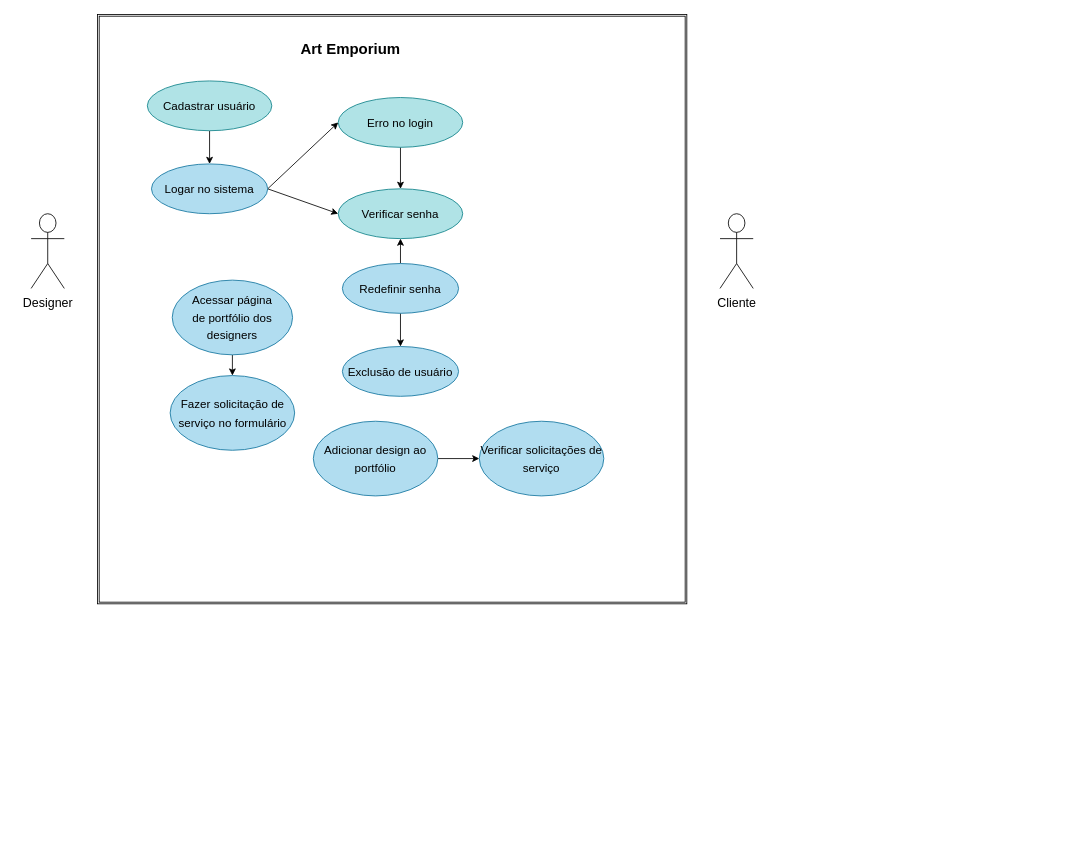
Earlier version of the draw.io diagram Docs/caso _de_uso.drawio (Clara-ang/Art_Emporium2). Source tidied: cells renumbered, new cells numbered last; positions are measured from the earlier drawing's top-left corner, leaving out a move shared by most shapes. Both pictures are drawn from the tidied source at 83%, with x=0, y=0 at pixel (31, 14).
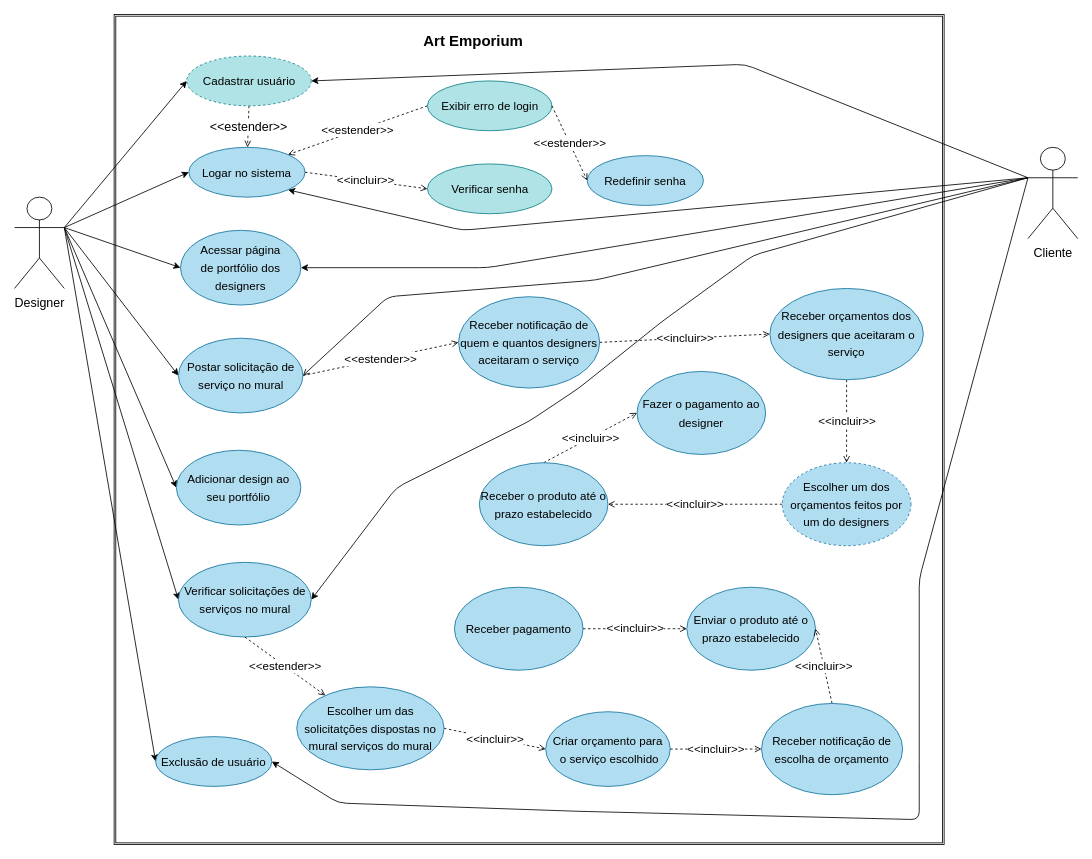
The same diagram, later.

Change to the diagram source:
```diff
@@
     <mxCell id="2" style="shape=ext;double=1;whiteSpace=wrap;html=1;" parent="1" vertex="1">
-      <mxGeometry x="80" width="710" height="710" as="geometry" />
+      <mxGeometry x="100" width="1000" height="1000" as="geometry" />
     </mxCell>
     <mxCell id="3" value="&lt;h1&gt;&lt;font style=&quot;font-size: 18px&quot;&gt;Art Emporium&lt;/font&gt;&lt;/h1&gt;" style="text;html=1;strokeColor=none;fillColor=none;spacing=5;spacingTop=-20;whiteSpace=wrap;overflow=hidden;rounded=0;align=center;" parent="1" vertex="1">
-      <mxGeometry x="290" y="20" width="190" height="50" as="geometry" />
+      <mxGeometry x="437.5" y="10" width="190" height="50" as="geometry" />
     </mxCell>
+    <mxCell id="24" style="edgeStyle=none;html=1;exitX=0;exitY=0.3333333333333333;exitDx=0;exitDy=0;exitPerimeter=0;entryX=1;entryY=1;entryDx=0;entryDy=0;fontSize=14;" parent="1" edge="1" source="4" target="7">
+      <mxGeometry relative="1" as="geometry">
+        <Array as="points">
+          <mxPoint x="520" y="260" />
+        </Array>
+      </mxGeometry>
+    </mxCell>
+    <mxCell id="25" style="edgeStyle=none;html=1;exitX=0;exitY=0.3333333333333333;exitDx=0;exitDy=0;exitPerimeter=0;entryX=1;entryY=0.5;entryDx=0;entryDy=0;fontSize=14;" parent="1" edge="1" source="4" target="12">
+      <mxGeometry relative="1" as="geometry">
+        <Array as="points">
+          <mxPoint x="550" y="305" />
+        </Array>
+      </mxGeometry>
+    </mxCell>
+    <mxCell id="26" style="edgeStyle=none;html=1;exitX=0;exitY=0.3333333333333333;exitDx=0;exitDy=0;exitPerimeter=0;entryX=1;entryY=0.5;entryDx=0;entryDy=0;fontSize=14;endArrow=open;endFill=0;strokeWidth=1;" parent="1" edge="1" source="4" target="17">
+      <mxGeometry relative="1" as="geometry">
+        <Array as="points">
+          <mxPoint x="680" y="320" />
+          <mxPoint x="430" y="340" />
+        </Array>
+      </mxGeometry>
+    </mxCell>
+    <mxCell id="27" style="edgeStyle=none;html=1;exitX=0;exitY=0.3333333333333333;exitDx=0;exitDy=0;exitPerimeter=0;entryX=1;entryY=0.5;entryDx=0;entryDy=0;fontSize=14;endArrow=classic;endFill=1;strokeWidth=1;" parent="1" edge="1" source="4" target="23">
+      <mxGeometry relative="1" as="geometry">
+        <Array as="points">
+          <mxPoint x="870" y="290" />
+          <mxPoint x="760" y="370" />
+          <mxPoint x="660" y="450" />
+          <mxPoint x="600" y="490" />
+          <mxPoint x="440" y="570" />
+        </Array>
+      </mxGeometry>
+    </mxCell>
+    <mxCell id="28" style="edgeStyle=none;html=1;exitX=0;exitY=0.3333333333333333;exitDx=0;exitDy=0;exitPerimeter=0;entryX=1;entryY=0.5;entryDx=0;entryDy=0;fontSize=14;endArrow=classic;endFill=1;strokeWidth=1;" parent="1" edge="1" source="4" target="16">
+      <mxGeometry relative="1" as="geometry">
+        <Array as="points">
+          <mxPoint x="1070" y="680" />
+          <mxPoint x="1070" y="910" />
+          <mxPoint x="1070" y="970" />
+          <mxPoint x="660" y="960" />
+          <mxPoint x="370" y="950" />
+        </Array>
+      </mxGeometry>
+    </mxCell>
     <mxCell id="4" value="&lt;span style=&quot;font-size: 15px&quot;&gt;Cliente&lt;/span&gt;" style="shape=umlActor;verticalLabelPosition=bottom;verticalAlign=top;html=1;outlineConnect=0;fontSize=18;" parent="1" vertex="1">
-      <mxGeometry x="830" y="240" width="40" height="90" as="geometry" />
+      <mxGeometry x="1201" y="160" width="60" height="110" as="geometry" />
     </mxCell>
-    <mxCell id="5" style="edgeStyle=none;html=1;exitX=1;exitY=0.5;exitDx=0;exitDy=0;entryX=0;entryY=0.5;entryDx=0;entryDy=0;fontSize=15;fontColor=#000000;" parent="1" edge="1" source="7" target="19">
-      <mxGeometry relative="1" as="geometry" />
-    </mxCell>
-    <mxCell id="6" style="edgeStyle=none;html=1;exitX=1;exitY=0.5;exitDx=0;exitDy=0;entryX=0;entryY=0.5;entryDx=0;entryDy=0;fontSize=15;fontColor=#000000;" parent="1" edge="1" source="7" target="20">
-      <mxGeometry relative="1" as="geometry" />
-    </mxCell>
     <mxCell id="7" value="&lt;font style=&quot;font-size: 14px&quot; color=&quot;#000000&quot;&gt;Logar no sistema&lt;/font&gt;" style="ellipse;whiteSpace=wrap;html=1;fontSize=18;fillColor=#b1ddf0;strokeColor=#10739e;" parent="1" vertex="1">
-      <mxGeometry x="145" y="180" width="140" height="60" as="geometry" />
+      <mxGeometry x="190" y="160" width="140" height="60" as="geometry" />
     </mxCell>
-    <mxCell id="8" style="edgeStyle=none;html=1;exitX=0.5;exitY=1;exitDx=0;exitDy=0;fontSize=15;sourcePerimeterSpacing=0;strokeColor=default;" parent="1" edge="1" source="9" target="7">
+    <mxCell id="8" value="&amp;lt;&amp;lt;estender&amp;gt;&amp;gt;" style="edgeStyle=none;html=1;exitX=0.5;exitY=1;exitDx=0;exitDy=0;fontSize=15;sourcePerimeterSpacing=0;strokeColor=default;dashed=1;endArrow=open;endFill=0;" parent="1" edge="1" source="9" target="7">
       <mxGeometry relative="1" as="geometry" />
     </mxCell>
+    <mxCell id="29" value="&amp;lt;&amp;lt;incluir&amp;gt;&amp;gt;" style="edgeStyle=none;html=1;entryX=0;entryY=0.5;entryDx=0;entryDy=0;dashed=1;fontSize=14;strokeWidth=1;endArrow=open;endFill=0;" parent="1" edge="1" target="20">
+      <mxGeometry relative="1" as="geometry">
+        <mxPoint x="330" y="190" as="sourcePoint" />
+      </mxGeometry>
+    </mxCell>
-    <mxCell id="9" value="&lt;font color=&quot;#000000&quot; style=&quot;font-size: 14px&quot;&gt;Cadastrar usuário&lt;/font&gt;" style="ellipse;whiteSpace=wrap;html=1;fontSize=15;fillColor=#b0e3e6;strokeColor=#0e8088;" parent="1" vertex="1">
-      <mxGeometry x="140" y="80" width="150" height="60" as="geometry" />
+    <mxCell id="9" value="&lt;font color=&quot;#000000&quot; style=&quot;font-size: 14px&quot;&gt;Cadastrar usuário&lt;/font&gt;" style="ellipse;whiteSpace=wrap;html=1;fontSize=15;fillColor=#b0e3e6;strokeColor=#0e8088;dashed=1;" parent="1" vertex="1">
+      <mxGeometry x="187.5" y="50" width="150" height="60" as="geometry" />
     </mxCell>
+    <mxCell id="30" style="edgeStyle=none;html=1;exitX=1;exitY=0.3333333333333333;exitDx=0;exitDy=0;exitPerimeter=0;entryX=0;entryY=0.5;entryDx=0;entryDy=0;fontSize=14;" parent="1" edge="1" source="10" target="9">
+      <mxGeometry relative="1" as="geometry" />
+    </mxCell>
+    <mxCell id="31" style="edgeStyle=none;html=1;exitX=1;exitY=0.3333333333333333;exitDx=0;exitDy=0;exitPerimeter=0;entryX=0;entryY=0.5;entryDx=0;entryDy=0;fontSize=14;" parent="1" edge="1" source="10" target="7">
+      <mxGeometry relative="1" as="geometry" />
+    </mxCell>
+    <mxCell id="32" style="edgeStyle=none;html=1;exitX=1;exitY=0.3333333333333333;exitDx=0;exitDy=0;exitPerimeter=0;entryX=0;entryY=0.5;entryDx=0;entryDy=0;fontSize=14;" parent="1" edge="1" source="10" target="12">
+      <mxGeometry relative="1" as="geometry" />
+    </mxCell>
+    <mxCell id="33" style="edgeStyle=none;html=1;exitX=1;exitY=0.3333333333333333;exitDx=0;exitDy=0;exitPerimeter=0;entryX=0;entryY=0.5;entryDx=0;entryDy=0;fontSize=14;" parent="1" edge="1" source="10" target="17">
+      <mxGeometry relative="1" as="geometry" />
+    </mxCell>
+    <mxCell id="34" style="edgeStyle=none;html=1;exitX=1;exitY=0.3333333333333333;exitDx=0;exitDy=0;exitPerimeter=0;entryX=0;entryY=0.5;entryDx=0;entryDy=0;fontSize=14;" parent="1" edge="1" source="10" target="22">
+      <mxGeometry relative="1" as="geometry" />
+    </mxCell>
+    <mxCell id="35" style="edgeStyle=none;html=1;exitX=1;exitY=0.3333333333333333;exitDx=0;exitDy=0;exitPerimeter=0;entryX=0;entryY=0.5;entryDx=0;entryDy=0;fontSize=14;endArrow=classic;endFill=1;strokeWidth=1;" parent="1" edge="1" source="10" target="23">
+      <mxGeometry relative="1" as="geometry" />
+    </mxCell>
+    <mxCell id="36" style="edgeStyle=none;html=1;exitX=1;exitY=0.3333333333333333;exitDx=0;exitDy=0;exitPerimeter=0;entryX=0;entryY=0.5;entryDx=0;entryDy=0;fontSize=14;endArrow=classic;endFill=1;strokeWidth=1;" parent="1" edge="1" source="10" target="16">
+      <mxGeometry relative="1" as="geometry" />
+    </mxCell>
     <mxCell id="10" value="&lt;span style=&quot;font-size: 15px&quot;&gt;Designer&lt;/span&gt;" style="shape=umlActor;verticalLabelPosition=bottom;verticalAlign=top;html=1;outlineConnect=0;fontSize=18;" parent="1" vertex="1">
-      <mxGeometry y="240" width="40" height="90" as="geometry" />
+      <mxGeometry x="-20" y="220" width="60" height="110" as="geometry" />
     </mxCell>
-    <mxCell id="11" style="edgeStyle=none;html=1;fontSize=15;fontColor=#000000;" parent="1" edge="1" source="12" target="17">
-      <mxGeometry relative="1" as="geometry" />
-    </mxCell>
     <mxCell id="12" value="&lt;font color=&quot;#000000&quot; style=&quot;font-size: 14px&quot;&gt;&lt;span style=&quot;line-height: 1.2&quot;&gt;Acessar página&lt;br&gt;de portfólio dos designers&lt;/span&gt;&lt;/font&gt;" style="ellipse;whiteSpace=wrap;html=1;fontSize=18;fillColor=#b1ddf0;strokeColor=#10739e;" parent="1" vertex="1">
-      <mxGeometry x="170" y="320" width="145" height="90" as="geometry" />
+      <mxGeometry x="180" y="260" width="145" height="90" as="geometry" />
     </mxCell>
-    <mxCell id="13" style="edgeStyle=none;html=1;fontSize=15;fontColor=#000000;" parent="1" edge="1" source="15" target="16">
-      <mxGeometry relative="1" as="geometry" />
-    </mxCell>
-    <mxCell id="14" style="edgeStyle=none;html=1;fontSize=15;fontColor=#000000;" parent="1" edge="1" source="15" target="20">
-      <mxGeometry relative="1" as="geometry" />
-    </mxCell>
     <mxCell id="15" value="&lt;font color=&quot;#000000&quot; style=&quot;font-size: 14px&quot;&gt;Redefinir senha&lt;/font&gt;" style="ellipse;whiteSpace=wrap;html=1;fontSize=18;fillColor=#b1ddf0;strokeColor=#10739e;" parent="1" vertex="1">
-      <mxGeometry x="375" y="300" width="140" height="60" as="geometry" />
+      <mxGeometry x="670" y="170" width="140" height="60" as="geometry" />
     </mxCell>
     <mxCell id="16" value="&lt;font color=&quot;#000000&quot; style=&quot;font-size: 14px&quot;&gt;Exclusão de usuário&lt;/font&gt;" style="ellipse;whiteSpace=wrap;html=1;fontSize=18;fillColor=#b1ddf0;strokeColor=#10739e;" parent="1" vertex="1">
-      <mxGeometry x="375" y="400" width="140" height="60" as="geometry" />
+      <mxGeometry x="150" y="870" width="140" height="60" as="geometry" />
     </mxCell>
+    <mxCell id="37" value="&amp;lt;&amp;lt;estender&amp;gt;&amp;gt;" style="edgeStyle=none;html=1;exitX=1;exitY=0.5;exitDx=0;exitDy=0;entryX=0;entryY=0.5;entryDx=0;entryDy=0;dashed=1;fontSize=14;endArrow=open;endFill=0;strokeWidth=1;" parent="1" edge="1" source="17" target="49">
+      <mxGeometry relative="1" as="geometry" />
+    </mxCell>
-    <mxCell id="17" value="&lt;font color=&quot;#000000&quot; style=&quot;font-size: 14px&quot;&gt;Fazer solicitação de serviço no formulário&lt;/font&gt;" style="ellipse;whiteSpace=wrap;html=1;fontSize=18;fillColor=#b1ddf0;strokeColor=#10739e;" parent="1" vertex="1">
-      <mxGeometry x="167.5" y="435" width="150" height="90" as="geometry" />
+    <mxCell id="17" value="&lt;font color=&quot;#000000&quot; style=&quot;font-size: 14px&quot;&gt;Postar solicitação de serviço no mural&lt;/font&gt;" style="ellipse;whiteSpace=wrap;html=1;fontSize=18;fillColor=#b1ddf0;strokeColor=#10739e;" parent="1" vertex="1">
+      <mxGeometry x="177.5" y="390" width="150" height="90" as="geometry" />
     </mxCell>
-    <mxCell id="18" style="edgeStyle=none;html=1;fontSize=15;fontColor=#000000;" parent="1" edge="1" source="19" target="20">
-      <mxGeometry relative="1" as="geometry" />
-    </mxCell>
+    <mxCell id="38" value="&amp;lt;&amp;lt;estender&amp;gt;&amp;gt;" style="edgeStyle=none;html=1;exitX=0;exitY=0.5;exitDx=0;exitDy=0;entryX=1;entryY=0;entryDx=0;entryDy=0;dashed=1;fontSize=14;endArrow=open;endFill=0;strokeWidth=1;" parent="1" edge="1" source="19" target="7">
+      <mxGeometry relative="1" as="geometry" />
+    </mxCell>
-    <mxCell id="19" value="&lt;font color=&quot;#000000&quot; style=&quot;font-size: 14px&quot;&gt;Erro no login&lt;/font&gt;" style="ellipse;whiteSpace=wrap;html=1;fontSize=15;fillColor=#b0e3e6;strokeColor=#0e8088;" parent="1" vertex="1">
-      <mxGeometry x="370" y="100" width="150" height="60" as="geometry" />
+    <mxCell id="19" value="&lt;font color=&quot;#000000&quot; style=&quot;font-size: 14px&quot;&gt;Exibir erro de login&lt;/font&gt;" style="ellipse;whiteSpace=wrap;html=1;fontSize=15;fillColor=#b0e3e6;strokeColor=#0e8088;" parent="1" vertex="1">
+      <mxGeometry x="477.5" y="80" width="150" height="60" as="geometry" />
     </mxCell>
     <mxCell id="20" value="&lt;font color=&quot;#000000&quot; style=&quot;font-size: 14px&quot;&gt;Verificar senha&lt;/font&gt;" style="ellipse;whiteSpace=wrap;html=1;fontSize=15;fillColor=#b0e3e6;strokeColor=#0e8088;" parent="1" vertex="1">
-      <mxGeometry x="370" y="210" width="150" height="60" as="geometry" />
+      <mxGeometry x="477.5" y="180" width="150" height="60" as="geometry" />
     </mxCell>
-    <mxCell id="21" style="edgeStyle=none;html=1;fontSize=15;fontColor=#000000;" parent="1" edge="1" source="22" target="23">
-      <mxGeometry relative="1" as="geometry" />
-    </mxCell>
-    <mxCell id="22" value="&lt;font color=&quot;#000000&quot; style=&quot;font-size: 14px&quot;&gt;Adicionar design ao portfólio&lt;/font&gt;" style="ellipse;whiteSpace=wrap;html=1;fontSize=18;fillColor=#b1ddf0;strokeColor=#10739e;" parent="1" vertex="1">
-      <mxGeometry x="340" y="490" width="150" height="90" as="geometry" />
+    <mxCell id="22" value="&lt;font color=&quot;#000000&quot; style=&quot;font-size: 14px&quot;&gt;Adicionar design ao seu portfólio&lt;/font&gt;" style="ellipse;whiteSpace=wrap;html=1;fontSize=18;fillColor=#b1ddf0;strokeColor=#10739e;" parent="1" vertex="1">
+      <mxGeometry x="175" y="525" width="150" height="90" as="geometry" />
     </mxCell>
-    <mxCell id="23" value="&lt;font color=&quot;#000000&quot; style=&quot;font-size: 14px&quot;&gt;Verificar solicitações de serviço&lt;/font&gt;" style="ellipse;whiteSpace=wrap;html=1;fontSize=18;fillColor=#b1ddf0;strokeColor=#10739e;" parent="1" vertex="1">
-      <mxGeometry x="540" y="490" width="150" height="90" as="geometry" />
+    <mxCell id="23" value="&lt;font color=&quot;#000000&quot; style=&quot;font-size: 14px&quot;&gt;Verificar solicitações de serviços no mural&lt;/font&gt;" style="ellipse;whiteSpace=wrap;html=1;fontSize=18;fillColor=#b1ddf0;strokeColor=#10739e;" parent="1" vertex="1">
+      <mxGeometry x="177.5" y="660" width="160" height="90" as="geometry" />
     </mxCell>
+    <mxCell id="39" value="&lt;font color=&quot;#000000&quot;&gt;&lt;span style=&quot;font-size: 14px&quot;&gt;Criar orçamento para&lt;br&gt;&amp;nbsp;o serviço escolhido&lt;/span&gt;&lt;/font&gt;" style="ellipse;whiteSpace=wrap;html=1;fontSize=18;fillColor=#b1ddf0;strokeColor=#10739e;" parent="1" vertex="1">
+      <mxGeometry x="620" y="840" width="150" height="90" as="geometry" />
+    </mxCell>
+    <mxCell id="40" value="&amp;lt;&amp;lt;incluir&amp;gt;&amp;gt;" style="edgeStyle=none;html=1;exitX=0;exitY=0.5;exitDx=0;exitDy=0;entryX=1;entryY=0.5;entryDx=0;entryDy=0;dashed=1;fontSize=14;endArrow=open;endFill=0;strokeWidth=1;" parent="1" edge="1" source="41" target="44">
+      <mxGeometry relative="1" as="geometry" />
+    </mxCell>
+    <mxCell id="41" value="&lt;font color=&quot;#000000&quot;&gt;&lt;span style=&quot;font-size: 14px&quot;&gt;Escolher um dos orçamentos feitos por um do designers&lt;/span&gt;&lt;/font&gt;" style="ellipse;whiteSpace=wrap;html=1;fontSize=18;fillColor=#b1ddf0;strokeColor=#10739e;dashed=1;" parent="1" vertex="1">
+      <mxGeometry x="905" y="540" width="155" height="100" as="geometry" />
+    </mxCell>
+    <mxCell id="42" value="&lt;font color=&quot;#000000&quot;&gt;&lt;span style=&quot;font-size: 14px&quot;&gt;Fazer o pagamento ao designer&lt;/span&gt;&lt;/font&gt;" style="ellipse;whiteSpace=wrap;html=1;fontSize=18;fillColor=#b1ddf0;strokeColor=#10739e;" parent="1" vertex="1">
+      <mxGeometry x="730" y="430" width="155" height="100" as="geometry" />
+    </mxCell>
+    <mxCell id="43" value="&amp;lt;&amp;lt;incluir&amp;gt;&amp;gt;" style="edgeStyle=none;html=1;exitX=0.5;exitY=0;exitDx=0;exitDy=0;entryX=0;entryY=0.5;entryDx=0;entryDy=0;dashed=1;fontSize=14;endArrow=open;endFill=0;strokeWidth=1;" parent="1" edge="1" source="44" target="42">
+      <mxGeometry relative="1" as="geometry" />
+    </mxCell>
+    <mxCell id="44" value="&lt;font color=&quot;#000000&quot;&gt;&lt;span style=&quot;font-size: 14px&quot;&gt;Receber o produto até o prazo estabelecido&lt;/span&gt;&lt;/font&gt;" style="ellipse;whiteSpace=wrap;html=1;fontSize=18;fillColor=#b1ddf0;strokeColor=#10739e;" parent="1" vertex="1">
+      <mxGeometry x="540" y="540" width="155" height="100" as="geometry" />
+    </mxCell>
+    <mxCell id="45" value="&amp;lt;&amp;lt;estender&amp;gt;&amp;gt;" style="edgeStyle=none;html=1;exitX=1;exitY=0.5;exitDx=0;exitDy=0;entryX=0;entryY=0.5;entryDx=0;entryDy=0;dashed=1;fontSize=14;endArrow=open;endFill=0;strokeWidth=1;" parent="1" edge="1" source="19" target="15">
+      <mxGeometry relative="1" as="geometry" />
+    </mxCell>
+    <mxCell id="46" value="&lt;font color=&quot;#000000&quot;&gt;&lt;span style=&quot;font-size: 14px&quot;&gt;Enviar o produto até o prazo estabelecido&lt;/span&gt;&lt;/font&gt;" style="ellipse;whiteSpace=wrap;html=1;fontSize=18;fillColor=#b1ddf0;strokeColor=#10739e;" parent="1" vertex="1">
+      <mxGeometry x="790" y="690" width="155" height="100" as="geometry" />
+    </mxCell>
+    <mxCell id="47" value="&amp;lt;&amp;lt;incluir&amp;gt;&amp;gt;" style="edgeStyle=none;html=1;exitX=1;exitY=0.5;exitDx=0;exitDy=0;entryX=0;entryY=0.5;entryDx=0;entryDy=0;dashed=1;fontSize=14;endArrow=open;endFill=0;strokeWidth=1;" parent="1" edge="1" source="48" target="39">
+      <mxGeometry relative="1" as="geometry" />
+    </mxCell>
+    <mxCell id="48" value="&lt;font color=&quot;#000000&quot; style=&quot;font-size: 14px&quot;&gt;Escolher um das solicitatções dispostas no mural serviços do mural&lt;/font&gt;" style="ellipse;whiteSpace=wrap;html=1;fontSize=18;fillColor=#b1ddf0;strokeColor=#10739e;" parent="1" vertex="1">
+      <mxGeometry x="320" y="810" width="177.5" height="100" as="geometry" />
+    </mxCell>
+    <mxCell id="49" value="&lt;font color=&quot;#000000&quot;&gt;&lt;span style=&quot;font-size: 14px&quot;&gt;Receber notificação de quem e quantos designers aceitaram o serviço&lt;/span&gt;&lt;/font&gt;" style="ellipse;whiteSpace=wrap;html=1;fontSize=18;fillColor=#b1ddf0;strokeColor=#10739e;" parent="1" vertex="1">
+      <mxGeometry x="515" y="340" width="170" height="110" as="geometry" />
+    </mxCell>
+    <mxCell id="50" value="&amp;lt;&amp;lt;incluir&amp;gt;&amp;gt;" style="edgeStyle=none;html=1;exitX=0.5;exitY=1;exitDx=0;exitDy=0;entryX=0.5;entryY=0;entryDx=0;entryDy=0;fontSize=14;endArrow=open;endFill=0;strokeWidth=1;dashed=1;" parent="1" edge="1" source="51" target="41">
+      <mxGeometry relative="1" as="geometry" />
+    </mxCell>
+    <mxCell id="51" value="&lt;font color=&quot;#000000&quot;&gt;&lt;span style=&quot;font-size: 14px&quot;&gt;Receber orçamentos dos designers que aceitaram o serviço&lt;/span&gt;&lt;/font&gt;" style="ellipse;whiteSpace=wrap;html=1;fontSize=18;fillColor=#b1ddf0;strokeColor=#10739e;" parent="1" vertex="1">
+      <mxGeometry x="890" y="330" width="185" height="110" as="geometry" />
+    </mxCell>
+    <mxCell id="52" value="&amp;lt;&amp;lt;incluir&amp;gt;&amp;gt;" style="edgeStyle=none;html=1;dashed=1;fontSize=14;endArrow=open;endFill=0;strokeWidth=1;exitX=1;exitY=0.5;exitDx=0;exitDy=0;entryX=0;entryY=0.5;entryDx=0;entryDy=0;" parent="1" edge="1" source="49" target="51">
+      <mxGeometry relative="1" as="geometry" />
+    </mxCell>
+    <mxCell id="53" value="&amp;lt;&amp;lt;estender&amp;gt;&amp;gt;" style="edgeStyle=none;html=1;dashed=1;fontSize=14;endArrow=open;endFill=0;strokeWidth=1;exitX=0.5;exitY=1;exitDx=0;exitDy=0;" parent="1" edge="1" source="23" target="48">
+      <mxGeometry relative="1" as="geometry" />
+    </mxCell>
+    <mxCell id="54" value="&amp;lt;&amp;lt;incluir&amp;gt;&amp;gt;" style="edgeStyle=none;html=1;exitX=0.5;exitY=0;exitDx=0;exitDy=0;entryX=1;entryY=0.5;entryDx=0;entryDy=0;dashed=1;fontSize=14;endArrow=open;endFill=0;strokeWidth=1;" parent="1" edge="1" source="55" target="46">
+      <mxGeometry relative="1" as="geometry" />
+    </mxCell>
+    <mxCell id="55" value="&lt;font color=&quot;#000000&quot;&gt;&lt;span style=&quot;font-size: 14px&quot;&gt;Receber notificação de escolha de orçamento&lt;/span&gt;&lt;/font&gt;" style="ellipse;whiteSpace=wrap;html=1;fontSize=18;fillColor=#b1ddf0;strokeColor=#10739e;" parent="1" vertex="1">
+      <mxGeometry x="880" y="830" width="170" height="110" as="geometry" />
+    </mxCell>
+    <mxCell id="56" value="&amp;lt;&amp;lt;incluir&amp;gt;&amp;gt;" style="edgeStyle=none;html=1;entryX=0;entryY=0.5;entryDx=0;entryDy=0;dashed=1;fontSize=14;endArrow=open;endFill=0;strokeWidth=1;exitX=1;exitY=0.5;exitDx=0;exitDy=0;" parent="1" edge="1" source="39" target="55">
+      <mxGeometry relative="1" as="geometry" />
+    </mxCell>
+    <mxCell id="57" value="&lt;font color=&quot;#000000&quot;&gt;&lt;span style=&quot;font-size: 14px&quot;&gt;Receber pagamento&lt;/span&gt;&lt;/font&gt;" style="ellipse;whiteSpace=wrap;html=1;fontSize=18;fillColor=#b1ddf0;strokeColor=#10739e;" parent="1" vertex="1">
+      <mxGeometry x="510" y="690" width="155" height="100" as="geometry" />
+    </mxCell>
+    <mxCell id="58" value="&amp;lt;&amp;lt;incluir&amp;gt;&amp;gt;" style="edgeStyle=none;html=1;entryX=0;entryY=0.5;entryDx=0;entryDy=0;dashed=1;fontSize=14;endArrow=open;endFill=0;strokeWidth=1;exitX=1;exitY=0.5;exitDx=0;exitDy=0;" parent="1" edge="1" source="57" target="46">
+      <mxGeometry relative="1" as="geometry" />
+    </mxCell>
+    <mxCell id="59" style="edgeStyle=none;html=1;entryX=1;entryY=0.5;entryDx=0;entryDy=0;fontSize=14;exitX=0;exitY=0.3333333333333333;exitDx=0;exitDy=0;exitPerimeter=0;" parent="1" edge="1" source="4" target="9">
+      <mxGeometry relative="1" as="geometry">
+        <Array as="points">
+          <mxPoint x="860" y="60" />
+        </Array>
+      </mxGeometry>
+    </mxCell>
```
